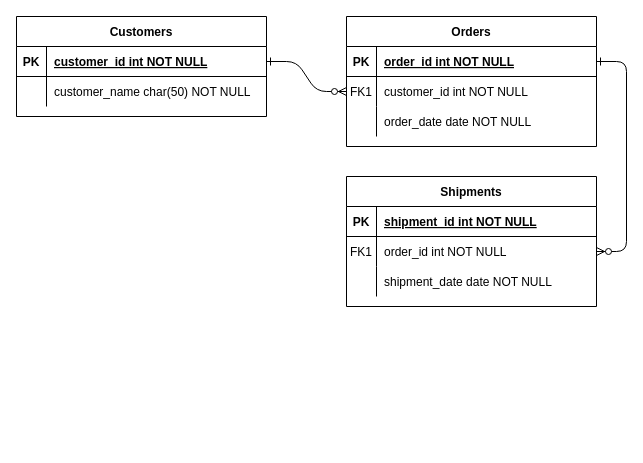
mariorojasac/entity_tables keeps this draw.io diagram as Untitled Diagram.drawio. Above is the earlier version. Source tidied: cells renumbered, new cells numbered last; positions are measured from the earlier drawing's top-left corner, leaving out a move shared by most shapes. Both pictures are drawn from the tidied source at 100%, with x=0, y=0 at pixel (16, 16).
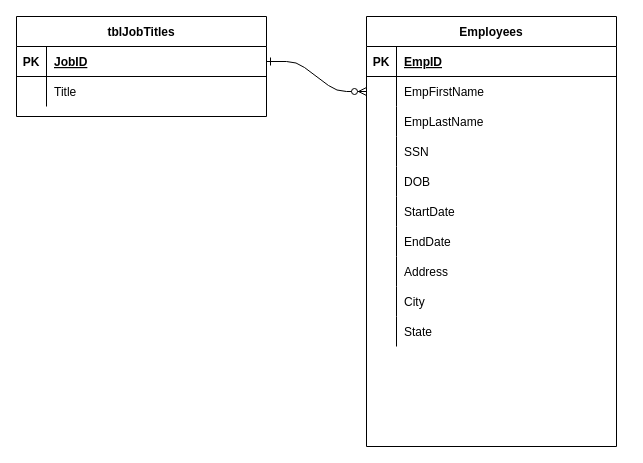
Above is the later version.

The change refers to these unchanged cells:
```xml
<mxCell id="5" style="shape=partialRectangle;fillColor=none;points=[[0,0.5],[1,0.5]];portConstraint=eastwest;top=0;left=0;right=0;bottom=1;" parent="4" vertex="1">
  <mxGeometry y="30" width="250" height="30" as="geometry" />
</mxCell>
<mxCell id="8" style="shape=partialRectangle;fillColor=none;points=[[0,0.5],[1,0.5]];portConstraint=eastwest;top=0;left=0;right=0;bottom=0;" parent="4" vertex="1">
  <mxGeometry y="60" width="250" height="30" as="geometry" />
</mxCell>
<mxCell id="11" style="shape=partialRectangle;fillColor=none;top=0;left=0;right=0;bottom=0;" parent="4" vertex="1">
  <mxGeometry y="90" width="250" height="30" as="geometry" />
</mxCell>
<mxCell id="25" style="shape=partialRectangle;fillColor=none;points=[[0,0.5],[1,0.5]];portConstraint=eastwest;top=0;left=0;right=0;bottom=1;" parent="24" vertex="1">
  <mxGeometry y="30" width="250" height="30" as="geometry" />
</mxCell>
<mxCell id="28" style="shape=partialRectangle;fillColor=none;top=0;left=0;right=0;bottom=0;" parent="24" vertex="1">
  <mxGeometry y="60" width="250" height="30" as="geometry" />
</mxCell>
```

The edit, as a diff of the source:
```diff
@@
-    <mxCell id="3" style="edgeStyle=entityRelationEdgeStyle;endArrow=ERzeroToMany;startArrow=ERone;endFill=1;startFill=0;" parent="1" edge="1" source="5" target="18">
-      <mxGeometry relative="1" as="geometry" />
-    </mxCell>
-    <mxCell id="4" value="Orders" style="shape=table;startSize=30;childLayout=tableLayout;rowLines=0;fontStyle=1;align=center;" parent="1" vertex="1">
-      <mxGeometry x="330" width="250" height="130" as="geometry" />
+    <mxCell id="4" value="Employees" style="shape=table;startSize=30;childLayout=tableLayout;rowLines=0;fontStyle=1;align=center;" parent="1" vertex="1">
+      <mxGeometry x="350" width="250" height="430" as="geometry" />
     </mxCell>
@@
-    <mxCell id="7" value="order_id int NOT NULL " style="shape=partialRectangle;overflow=hidden;fillColor=none;top=0;left=0;bottom=0;right=0;align=left;spacingLeft=6;fontStyle=5;" parent="5" vertex="1">
+    <mxCell id="7" value="EmpID" style="shape=partialRectangle;overflow=hidden;fillColor=none;top=0;left=0;bottom=0;right=0;align=left;spacingLeft=6;fontStyle=5;" parent="5" vertex="1">
       <mxGeometry x="30" width="220" height="30" as="geometry" />
     </mxCell>
@@
-    <mxCell id="9" value="FK1" style="shape=partialRectangle;overflow=hidden;fillColor=none;top=0;left=0;bottom=0;right=0;" parent="8" vertex="1">
+    <mxCell id="9" style="shape=partialRectangle;overflow=hidden;fillColor=none;top=0;left=0;bottom=0;right=0;" parent="8" vertex="1">
       <mxGeometry width="30" height="30" as="geometry" />
     </mxCell>
-    <mxCell id="10" value="customer_id int NOT NULL" style="shape=partialRectangle;overflow=hidden;fillColor=none;top=0;left=0;bottom=0;right=0;align=left;spacingLeft=6;" parent="8" vertex="1">
+    <mxCell id="10" value="EmpFirstName" style="shape=partialRectangle;overflow=hidden;fillColor=none;top=0;left=0;bottom=0;right=0;align=left;spacingLeft=6;" parent="8" vertex="1">
       <mxGeometry x="30" width="220" height="30" as="geometry" />
     </mxCell>
@@
-    <mxCell id="13" value="order_date date NOT NULL" style="shape=partialRectangle;overflow=hidden;fillColor=none;top=0;left=0;bottom=0;right=0;align=left;spacingLeft=6;" parent="11" vertex="1">
+    <mxCell id="13" value="EmpLastName" style="shape=partialRectangle;overflow=hidden;fillColor=none;top=0;left=0;bottom=0;right=0;align=left;spacingLeft=6;" parent="11" vertex="1">
       <mxGeometry x="30" width="220" height="30" as="geometry" />
     </mxCell>
-    <mxCell id="14" value="Shipments" style="shape=table;startSize=30;childLayout=tableLayout;rowLines=0;fontStyle=1;align=center;" parent="1" vertex="1">
-      <mxGeometry x="330" y="160" width="250" height="130" as="geometry" />
-    </mxCell>
-    <mxCell id="15" style="shape=partialRectangle;fillColor=none;top=0;left=0;right=0;bottom=1;" parent="14" vertex="1">
-      <mxGeometry y="30" width="250" height="30" as="geometry" />
-    </mxCell>
-    <mxCell id="16" value="PK" style="shape=partialRectangle;overflow=hidden;fillColor=none;top=0;left=0;bottom=0;right=0;fontStyle=1;" parent="15" vertex="1">
-      <mxGeometry width="30" height="30" as="geometry" />
-    </mxCell>
-    <mxCell id="17" value="shipment_id int NOT NULL " style="shape=partialRectangle;overflow=hidden;fillColor=none;top=0;left=0;bottom=0;right=0;align=left;spacingLeft=6;fontStyle=5;" parent="15" vertex="1">
-      <mxGeometry x="30" width="220" height="30" as="geometry" />
-    </mxCell>
-    <mxCell id="18" style="shape=partialRectangle;fillColor=none;points=[[0,0.5],[1,0.5]];portConstraint=eastwest;top=0;left=0;right=0;bottom=0;" parent="14" vertex="1">
-      <mxGeometry y="60" width="250" height="30" as="geometry" />
-    </mxCell>
-    <mxCell id="19" value="FK1" style="shape=partialRectangle;overflow=hidden;fillColor=none;top=0;left=0;bottom=0;right=0;" parent="18" vertex="1">
-      <mxGeometry width="30" height="30" as="geometry" />
-    </mxCell>
-    <mxCell id="20" value="order_id int NOT NULL" style="shape=partialRectangle;overflow=hidden;fillColor=none;top=0;left=0;bottom=0;right=0;align=left;spacingLeft=6;" parent="18" vertex="1">
-      <mxGeometry x="30" width="220" height="30" as="geometry" />
-    </mxCell>
-    <mxCell id="21" style="shape=partialRectangle;fillColor=none;top=0;left=0;right=0;bottom=0;" parent="14" vertex="1">
-      <mxGeometry y="90" width="250" height="30" as="geometry" />
-    </mxCell>
-    <mxCell id="22" style="shape=partialRectangle;overflow=hidden;fillColor=none;top=0;left=0;bottom=0;right=0;" parent="21" vertex="1">
-      <mxGeometry width="30" height="30" as="geometry" />
-    </mxCell>
-    <mxCell id="23" value="shipment_date date NOT NULL" style="shape=partialRectangle;overflow=hidden;fillColor=none;top=0;left=0;bottom=0;right=0;align=left;spacingLeft=6;" parent="21" vertex="1">
-      <mxGeometry x="30" width="220" height="30" as="geometry" />
-    </mxCell>
+    <mxCell id="31" style="shape=tableRow;horizontal=0;startSize=0;swimlaneHead=0;swimlaneBody=0;fillColor=none;top=0;left=0;right=0;bottom=0;" parent="4" vertex="1">
+      <mxGeometry y="120" width="250" height="30" as="geometry" />
+    </mxCell>
+    <mxCell id="32" style="shape=partialRectangle;fillColor=none;top=0;left=0;bottom=0;right=0;overflow=hidden;" parent="31" vertex="1">
+      <mxGeometry width="30" height="30" as="geometry" />
+    </mxCell>
+    <mxCell id="33" value="SSN" style="shape=partialRectangle;fillColor=none;top=0;left=0;bottom=0;right=0;align=left;spacingLeft=6;overflow=hidden;" parent="31" vertex="1">
+      <mxGeometry x="30" width="220" height="30" as="geometry" />
+    </mxCell>
+    <mxCell id="34" style="shape=tableRow;horizontal=0;startSize=0;swimlaneHead=0;swimlaneBody=0;fillColor=none;top=0;left=0;right=0;bottom=0;" parent="4" vertex="1">
+      <mxGeometry y="150" width="250" height="30" as="geometry" />
+    </mxCell>
+    <mxCell id="35" style="shape=partialRectangle;fillColor=none;top=0;left=0;bottom=0;right=0;overflow=hidden;" parent="34" vertex="1">
+      <mxGeometry width="30" height="30" as="geometry" />
+    </mxCell>
+    <mxCell id="36" value="DOB" style="shape=partialRectangle;fillColor=none;top=0;left=0;bottom=0;right=0;align=left;spacingLeft=6;overflow=hidden;" parent="34" vertex="1">
+      <mxGeometry x="30" width="220" height="30" as="geometry" />
+    </mxCell>
+    <mxCell id="37" style="shape=tableRow;horizontal=0;startSize=0;swimlaneHead=0;swimlaneBody=0;fillColor=none;top=0;left=0;right=0;bottom=0;" parent="4" vertex="1">
+      <mxGeometry y="180" width="250" height="30" as="geometry" />
+    </mxCell>
+    <mxCell id="38" style="shape=partialRectangle;fillColor=none;top=0;left=0;bottom=0;right=0;overflow=hidden;" parent="37" vertex="1">
+      <mxGeometry width="30" height="30" as="geometry" />
+    </mxCell>
+    <mxCell id="39" value="StartDate" style="shape=partialRectangle;fillColor=none;top=0;left=0;bottom=0;right=0;align=left;spacingLeft=6;overflow=hidden;" parent="37" vertex="1">
+      <mxGeometry x="30" width="220" height="30" as="geometry" />
+    </mxCell>
+    <mxCell id="40" style="shape=tableRow;horizontal=0;startSize=0;swimlaneHead=0;swimlaneBody=0;fillColor=none;top=0;left=0;right=0;bottom=0;" parent="4" vertex="1">
+      <mxGeometry y="210" width="250" height="30" as="geometry" />
+    </mxCell>
+    <mxCell id="41" style="shape=partialRectangle;fillColor=none;top=0;left=0;bottom=0;right=0;overflow=hidden;" parent="40" vertex="1">
+      <mxGeometry width="30" height="30" as="geometry" />
+    </mxCell>
+    <mxCell id="42" value="EndDate" style="shape=partialRectangle;fillColor=none;top=0;left=0;bottom=0;right=0;align=left;spacingLeft=6;overflow=hidden;" parent="40" vertex="1">
+      <mxGeometry x="30" width="220" height="30" as="geometry" />
+    </mxCell>
+    <mxCell id="43" style="shape=tableRow;horizontal=0;startSize=0;swimlaneHead=0;swimlaneBody=0;fillColor=none;top=0;left=0;right=0;bottom=0;" parent="4" vertex="1">
+      <mxGeometry y="240" width="250" height="30" as="geometry" />
+    </mxCell>
+    <mxCell id="44" style="shape=partialRectangle;fillColor=none;top=0;left=0;bottom=0;right=0;overflow=hidden;" parent="43" vertex="1">
+      <mxGeometry width="30" height="30" as="geometry" />
+    </mxCell>
+    <mxCell id="45" value="Address" style="shape=partialRectangle;fillColor=none;top=0;left=0;bottom=0;right=0;align=left;spacingLeft=6;overflow=hidden;" parent="43" vertex="1">
+      <mxGeometry x="30" width="220" height="30" as="geometry" />
+    </mxCell>
+    <mxCell id="46" style="shape=tableRow;horizontal=0;startSize=0;swimlaneHead=0;swimlaneBody=0;fillColor=none;top=0;left=0;right=0;bottom=0;" parent="4" vertex="1">
+      <mxGeometry y="270" width="250" height="30" as="geometry" />
+    </mxCell>
+    <mxCell id="47" style="shape=partialRectangle;fillColor=none;top=0;left=0;bottom=0;right=0;overflow=hidden;" parent="46" vertex="1">
+      <mxGeometry width="30" height="30" as="geometry" />
+    </mxCell>
+    <mxCell id="48" value="City" style="shape=partialRectangle;fillColor=none;top=0;left=0;bottom=0;right=0;align=left;spacingLeft=6;overflow=hidden;" parent="46" vertex="1">
+      <mxGeometry x="30" width="220" height="30" as="geometry" />
+    </mxCell>
+    <mxCell id="49" style="shape=tableRow;horizontal=0;startSize=0;swimlaneHead=0;swimlaneBody=0;fillColor=none;top=0;left=0;right=0;bottom=0;" parent="4" vertex="1">
+      <mxGeometry y="300" width="250" height="30" as="geometry" />
+    </mxCell>
+    <mxCell id="50" style="shape=partialRectangle;fillColor=none;top=0;left=0;bottom=0;right=0;overflow=hidden;" parent="49" vertex="1">
+      <mxGeometry width="30" height="30" as="geometry" />
+    </mxCell>
+    <mxCell id="51" value="State" style="shape=partialRectangle;fillColor=none;top=0;left=0;bottom=0;right=0;align=left;spacingLeft=6;overflow=hidden;" parent="49" vertex="1">
+      <mxGeometry x="30" width="220" height="30" as="geometry" />
+    </mxCell>
-    <mxCell id="24" value="Customers" style="shape=table;startSize=30;childLayout=tableLayout;rowLines=0;fontStyle=1;align=center;" parent="1" vertex="1">
+    <mxCell id="24" value="tblJobTitles" style="shape=table;startSize=30;childLayout=tableLayout;rowLines=0;fontStyle=1;align=center;" parent="1" vertex="1">
       <mxGeometry width="250" height="100" as="geometry" />
     </mxCell>
@@
-    <mxCell id="27" value="customer_id int NOT NULL " style="shape=partialRectangle;overflow=hidden;fillColor=none;top=0;left=0;bottom=0;right=0;align=left;spacingLeft=6;fontStyle=5;" parent="25" vertex="1">
+    <mxCell id="27" value="JobID" style="shape=partialRectangle;overflow=hidden;fillColor=none;top=0;left=0;bottom=0;right=0;align=left;spacingLeft=6;fontStyle=5;" parent="25" vertex="1">
       <mxGeometry x="30" width="220" height="30" as="geometry" />
     </mxCell>
@@
-    <mxCell id="30" value="customer_name char(50) NOT NULL" style="shape=partialRectangle;overflow=hidden;fillColor=none;top=0;left=0;bottom=0;right=0;align=left;spacingLeft=6;" parent="28" vertex="1">
+    <mxCell id="30" value="Title" style="shape=partialRectangle;overflow=hidden;fillColor=none;top=0;left=0;bottom=0;right=0;align=left;spacingLeft=6;" parent="28" vertex="1">
       <mxGeometry x="30" width="220" height="30" as="geometry" />
     </mxCell>
```
